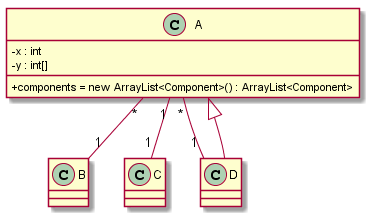
This is UML parser/output.png from DhirajGurnani/umlparsercmpe202, a PlantUML export, as it was before one commit.
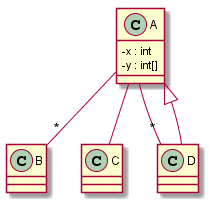
The same diagram one commit later.

What changed in the source:
```diff
@@ -1,12 +1,11 @@
 @startuml
 skinparam classAttributeIconSize 0
-A "*" -- "1" B
-A "1" -- "1" C
-A "*" -- "1" D
+A -- "*" B
+A -- C
+A -- "*" D
 class A {
 -x : int
 -y : int[]
-+components = new ArrayList<Component>() : ArrayList<Component>
 }
 class B {
 }
```
